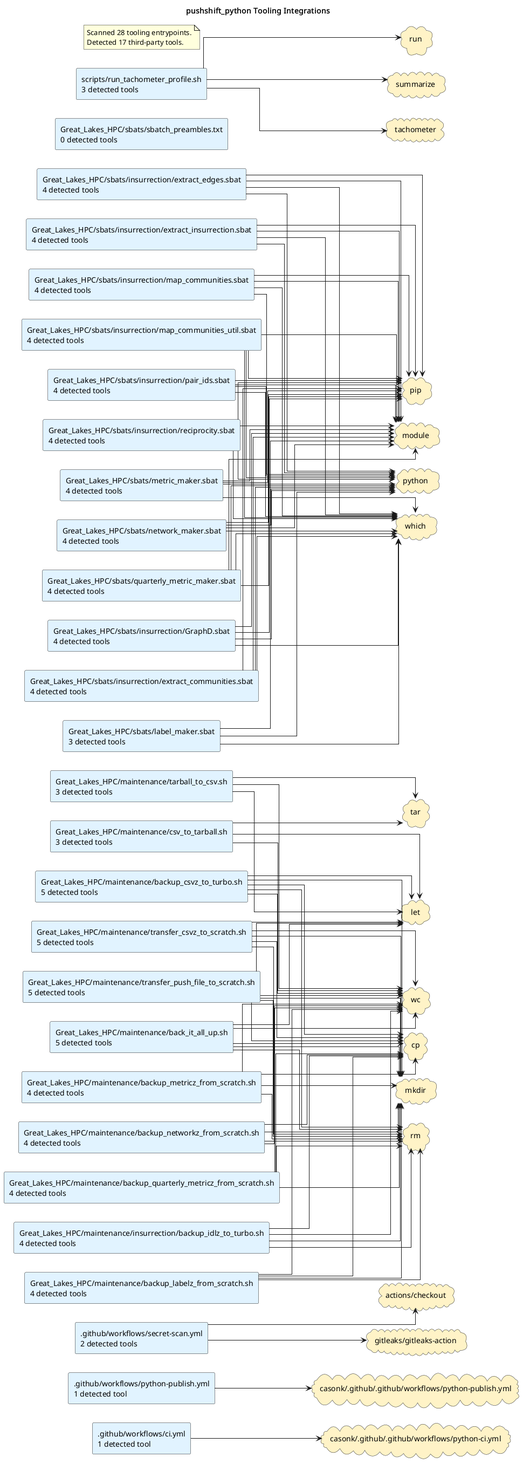
The PlantUML diagram docs/diagrams/tooling-integrations.puml.png in casonk/pushshift_python, before a commit.
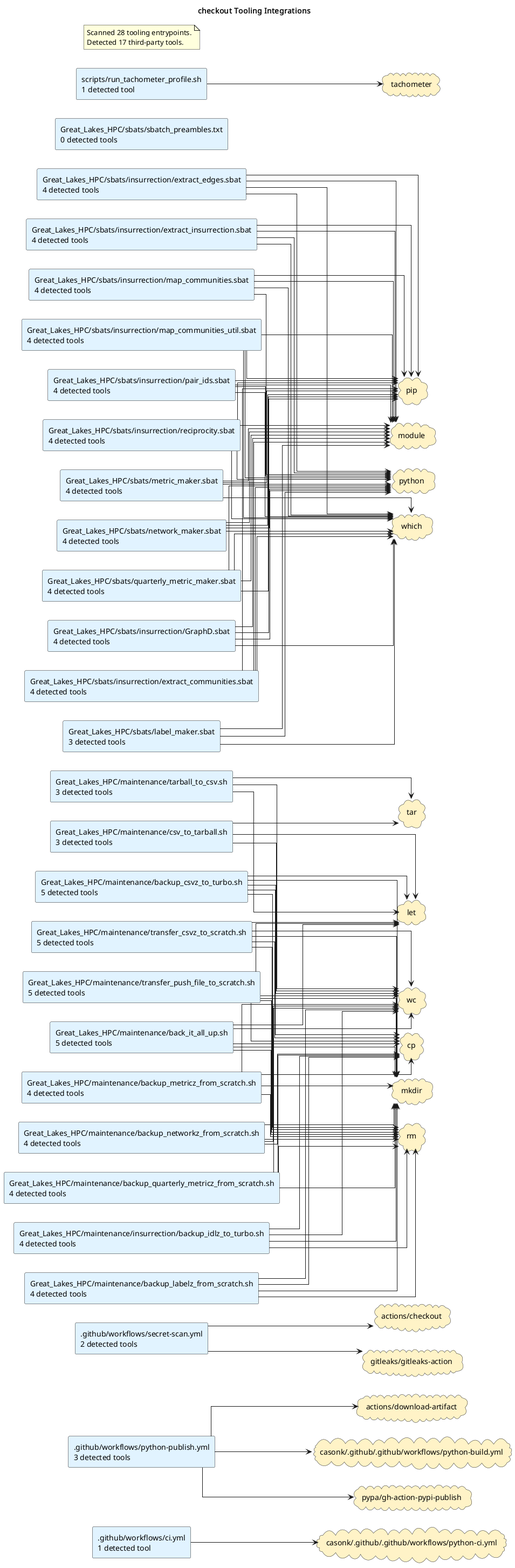
Later version of the same file.

What changed in the source:
```diff
@@ -1,12 +1,12 @@
 @startuml
-title pushshift_python Tooling Integrations
+title checkout Tooling Integrations
 left to right direction
 skinparam shadowing false
 skinparam defaultFontName Monospace
 skinparam componentStyle rectangle
 skinparam linetype ortho
 rectangle ".github/workflows/ci.yml\n1 detected tool" as source_github_workflows_ci_yml #E0F2FE
-rectangle ".github/workflows/python-publish.yml\n1 detected tool" as source_github_workflows_python_publish_yml #E0F2FE
+rectangle ".github/workflows/python-publish.yml\n3 detected tools" as source_github_workflows_python_publish_yml #E0F2FE
 rectangle ".github/workflows/secret-scan.yml\n2 detected tools" as source_github_workflows_secret_scan_yml #E0F2FE
 rectangle "Great_Lakes_HPC/maintenance/back_it_all_up.sh\n5 detected tools" as source_great_lakes_hpc_maintenance_back_it_all_up_sh #E0F2FE
 rectangle "Great_Lakes_HPC/maintenance/backup_csvz_to_turbo.sh\n5 detected tools" as source_great_lakes_hpc_maintenance_backup_csvz_to_turbo_sh #E0F2FE
@@ -32,26 +32,28 @@
 rectangle "Great_Lakes_HPC/sbats/network_maker.sbat\n4 detected tools" as source_great_lakes_hpc_sbats_network_maker_sbat #E0F2FE
 rectangle "Great_Lakes_HPC/sbats/quarterly_metric_maker.sbat\n4 detected tools" as source_great_lakes_hpc_sbats_quarterly_metric_maker_sbat #E0F2FE
 rectangle "Great_Lakes_HPC/sbats/sbatch_preambles.txt\n0 detected tools" as source_great_lakes_hpc_sbats_sbatch_preambles_txt #E0F2FE
-rectangle "scripts/run_tachometer_profile.sh\n3 detected tools" as source_scripts_run_tachometer_profile_sh #E0F2FE
+rectangle "scripts/run_tachometer_profile.sh\n1 detected tool" as source_scripts_run_tachometer_profile_sh #E0F2FE
 cloud "actions/checkout" as tool_actions_checkout #FEF3C7
+cloud "actions/download-artifact" as tool_actions_download_artifact #FEF3C7
+cloud "casonk/.github/.github/workflows/python-build.yml" as tool_casonk_github_github_workflows_python_build_yml #FEF3C7
 cloud "casonk/.github/.github/workflows/python-ci.yml" as tool_casonk_github_github_workflows_python_ci_yml #FEF3C7
-cloud "casonk/.github/.github/workflows/python-publish.yml" as tool_casonk_github_github_workflows_python_publish_yml #FEF3C7
 cloud "cp" as tool_cp #FEF3C7
 cloud "gitleaks/gitleaks-action" as tool_gitleaks_gitleaks_action #FEF3C7
 cloud "let" as tool_let #FEF3C7
 cloud "mkdir" as tool_mkdir #FEF3C7
 cloud "module" as tool_module #FEF3C7
 cloud "pip" as tool_pip #FEF3C7
+cloud "pypa/gh-action-pypi-publish" as tool_pypa_gh_action_pypi_publish #FEF3C7
 cloud "python" as tool_python #FEF3C7
 cloud "rm" as tool_rm #FEF3C7
-cloud "run" as tool_run #FEF3C7
-cloud "summarize" as tool_summarize #FEF3C7
 cloud "tachometer" as tool_tachometer #FEF3C7
 cloud "tar" as tool_tar #FEF3C7
 cloud "wc" as tool_wc #FEF3C7
 cloud "which" as tool_which #FEF3C7
 source_github_workflows_ci_yml --> tool_casonk_github_github_workflows_python_ci_yml
-source_github_workflows_python_publish_yml --> tool_casonk_github_github_workflows_python_publish_yml
+source_github_workflows_python_publish_yml --> tool_actions_download_artifact
+source_github_workflows_python_publish_yml --> tool_casonk_github_github_workflows_python_build_yml
+source_github_workflows_python_publish_yml --> tool_pypa_gh_action_pypi_publish
 source_github_workflows_secret_scan_yml --> tool_actions_checkout
 source_github_workflows_secret_scan_yml --> tool_gitleaks_gitleaks_action
 source_great_lakes_hpc_maintenance_back_it_all_up_sh --> tool_cp
@@ -147,8 +149,6 @@
 source_great_lakes_hpc_sbats_quarterly_metric_maker_sbat --> tool_pip
 source_great_lakes_hpc_sbats_quarterly_metric_maker_sbat --> tool_python
 source_great_lakes_hpc_sbats_quarterly_metric_maker_sbat --> tool_which
-source_scripts_run_tachometer_profile_sh --> tool_run
-source_scripts_run_tachometer_profile_sh --> tool_summarize
 source_scripts_run_tachometer_profile_sh --> tool_tachometer
 note as toolingGraphSummary
 Scanned 28 tooling entrypoints.
```
